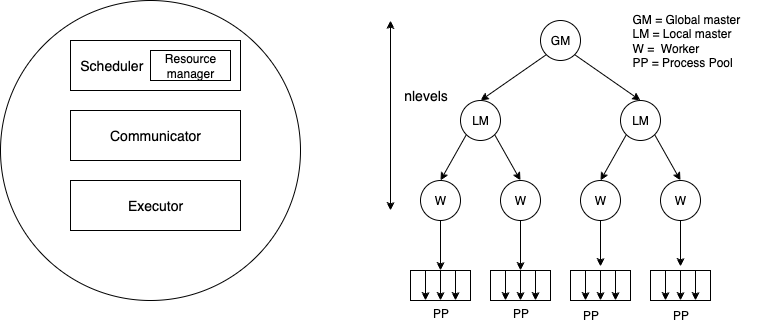
Before: assets/el.png, a diagram exported from draw.io (argonne-lcf/ensemble_launcher). Source tidied: cells renumbered, new cells last; positions are measured from the earlier drawing's top-left corner, leaving out a move shared by most shapes. The source it was exported from:
```xml
<mxGraphModel>
  <root>
    <mxCell id="0" />
    <mxCell id="1" parent="0" />
    <mxCell id="2" value="GM" style="ellipse;whiteSpace=wrap;html=1;" parent="1" vertex="1">
      <mxGeometry x="540" y="20" width="40" height="40" as="geometry" />
    </mxCell>
    <mxCell id="3" style="endArrow=classic;html=1;rounded=0;exitX=0;exitY=1;exitDx=0;exitDy=0;entryX=0.5;entryY=0;entryDx=0;entryDy=0;" parent="1" edge="1" source="2" target="5">
      <mxGeometry relative="1" as="geometry" />
    </mxCell>
    <mxCell id="4" style="endArrow=classic;html=1;rounded=0;exitX=1;exitY=1;exitDx=0;exitDy=0;entryX=0.5;entryY=0;entryDx=0;entryDy=0;" parent="1" edge="1" source="2" target="8">
      <mxGeometry relative="1" as="geometry" />
    </mxCell>
    <mxCell id="5" value="LM" style="ellipse;whiteSpace=wrap;html=1;" parent="1" vertex="1">
      <mxGeometry x="460" y="100" width="40" height="40" as="geometry" />
    </mxCell>
    <mxCell id="6" style="endArrow=classic;html=1;rounded=0;exitX=0;exitY=1;exitDx=0;exitDy=0;" parent="1" edge="1" source="5">
      <mxGeometry relative="1" as="geometry">
        <mxPoint x="440" y="180" as="targetPoint" />
      </mxGeometry>
    </mxCell>
    <mxCell id="7" style="endArrow=classic;html=1;rounded=0;exitX=1;exitY=1;exitDx=0;exitDy=0;" parent="1" edge="1" source="5">
      <mxGeometry relative="1" as="geometry">
        <mxPoint x="520" y="180" as="targetPoint" />
      </mxGeometry>
    </mxCell>
    <mxCell id="8" value="LM" style="ellipse;whiteSpace=wrap;html=1;" parent="1" vertex="1">
      <mxGeometry x="620" y="100" width="40" height="40" as="geometry" />
    </mxCell>
    <mxCell id="9" style="endArrow=classic;html=1;rounded=0;exitX=0;exitY=1;exitDx=0;exitDy=0;" parent="1" edge="1" source="8">
      <mxGeometry relative="1" as="geometry">
        <mxPoint x="600" y="180" as="targetPoint" />
      </mxGeometry>
    </mxCell>
    <mxCell id="10" style="endArrow=classic;html=1;rounded=0;exitX=1;exitY=1;exitDx=0;exitDy=0;" parent="1" edge="1" source="8">
      <mxGeometry relative="1" as="geometry">
        <mxPoint x="680" y="180" as="targetPoint" />
      </mxGeometry>
    </mxCell>
    <mxCell id="11" value="W" style="ellipse;whiteSpace=wrap;html=1;" parent="1" vertex="1">
      <mxGeometry x="420" y="180" width="40" height="40" as="geometry" />
    </mxCell>
    <mxCell id="12" style="endArrow=classic;html=1;rounded=0;exitX=0.5;exitY=1;exitDx=0;exitDy=0;" parent="1" edge="1" source="11">
      <mxGeometry relative="1" as="geometry">
        <mxPoint x="440" y="270" as="targetPoint" />
      </mxGeometry>
    </mxCell>
    <mxCell id="13" value="W" style="ellipse;whiteSpace=wrap;html=1;" parent="1" vertex="1">
      <mxGeometry x="500" y="180" width="40" height="40" as="geometry" />
    </mxCell>
    <mxCell id="14" style="endArrow=classic;html=1;rounded=0;exitX=1;exitY=1;exitDx=0;exitDy=0;" parent="1" edge="1">
      <mxGeometry relative="1" as="geometry">
        <mxPoint x="520" y="220" as="sourcePoint" />
        <mxPoint x="520" y="270" as="targetPoint" />
      </mxGeometry>
    </mxCell>
    <mxCell id="15" value="W" style="ellipse;whiteSpace=wrap;html=1;" parent="1" vertex="1">
      <mxGeometry x="580" y="180" width="40" height="40" as="geometry" />
    </mxCell>
    <mxCell id="16" style="endArrow=classic;html=1;rounded=0;exitX=1;exitY=1;exitDx=0;exitDy=0;" parent="1" edge="1">
      <mxGeometry relative="1" as="geometry">
        <mxPoint x="600" y="220" as="sourcePoint" />
        <mxPoint x="600" y="266" as="targetPoint" />
      </mxGeometry>
    </mxCell>
    <mxCell id="17" value="W" style="ellipse;whiteSpace=wrap;html=1;" parent="1" vertex="1">
      <mxGeometry x="660" y="180" width="40" height="40" as="geometry" />
    </mxCell>
    <mxCell id="18" style="endArrow=classic;html=1;rounded=0;exitX=1;exitY=1;exitDx=0;exitDy=0;" parent="1" edge="1">
      <mxGeometry relative="1" as="geometry">
        <mxPoint x="680" y="220" as="sourcePoint" />
        <mxPoint x="680" y="266" as="targetPoint" />
      </mxGeometry>
    </mxCell>
    <mxCell id="19" style="rounded=0;whiteSpace=wrap;html=1;" parent="1" vertex="1">
      <mxGeometry x="410" y="270" width="60" height="30" as="geometry" />
    </mxCell>
    <mxCell id="20" style="endArrow=classic;html=1;rounded=0;exitX=0.25;exitY=0;exitDx=0;exitDy=0;" parent="1" edge="1" source="19">
      <mxGeometry relative="1" as="geometry">
        <mxPoint x="425" y="300" as="targetPoint" />
      </mxGeometry>
    </mxCell>
    <mxCell id="21" style="endArrow=classic;html=1;rounded=0;entryX=0.5;entryY=1;entryDx=0;entryDy=0;exitX=0.5;exitY=0;exitDx=0;exitDy=0;" parent="1" edge="1" source="19" target="19">
      <mxGeometry relative="1" as="geometry" />
    </mxCell>
    <mxCell id="22" style="endArrow=classic;html=1;rounded=0;entryX=0.75;entryY=1;entryDx=0;entryDy=0;exitX=0.75;exitY=0;exitDx=0;exitDy=0;" parent="1" edge="1" source="19" target="19">
      <mxGeometry relative="1" as="geometry" />
    </mxCell>
    <mxCell id="23" style="rounded=0;whiteSpace=wrap;html=1;" parent="1" vertex="1">
      <mxGeometry x="490" y="270" width="60" height="30" as="geometry" />
    </mxCell>
    <mxCell id="24" style="endArrow=classic;html=1;rounded=0;exitX=0.25;exitY=0;exitDx=0;exitDy=0;" parent="1" edge="1" source="23">
      <mxGeometry relative="1" as="geometry">
        <mxPoint x="505" y="300" as="targetPoint" />
      </mxGeometry>
    </mxCell>
    <mxCell id="25" style="endArrow=classic;html=1;rounded=0;entryX=0.5;entryY=1;entryDx=0;entryDy=0;exitX=0.5;exitY=0;exitDx=0;exitDy=0;" parent="1" edge="1" source="23" target="23">
      <mxGeometry relative="1" as="geometry" />
    </mxCell>
    <mxCell id="26" style="endArrow=classic;html=1;rounded=0;entryX=0.75;entryY=1;entryDx=0;entryDy=0;exitX=0.75;exitY=0;exitDx=0;exitDy=0;" parent="1" edge="1" source="23" target="23">
      <mxGeometry relative="1" as="geometry" />
    </mxCell>
    <mxCell id="27" style="rounded=0;whiteSpace=wrap;html=1;" parent="1" vertex="1">
      <mxGeometry x="570" y="270" width="60" height="30" as="geometry" />
    </mxCell>
    <mxCell id="28" style="endArrow=classic;html=1;rounded=0;exitX=0.25;exitY=0;exitDx=0;exitDy=0;" parent="1" edge="1" source="27">
      <mxGeometry relative="1" as="geometry">
        <mxPoint x="585" y="300" as="targetPoint" />
      </mxGeometry>
    </mxCell>
    <mxCell id="29" style="endArrow=classic;html=1;rounded=0;entryX=0.5;entryY=1;entryDx=0;entryDy=0;exitX=0.5;exitY=0;exitDx=0;exitDy=0;" parent="1" edge="1" source="27" target="27">
      <mxGeometry relative="1" as="geometry" />
    </mxCell>
    <mxCell id="30" style="endArrow=classic;html=1;rounded=0;entryX=0.75;entryY=1;entryDx=0;entryDy=0;exitX=0.75;exitY=0;exitDx=0;exitDy=0;" parent="1" edge="1" source="27" target="27">
      <mxGeometry relative="1" as="geometry" />
    </mxCell>
    <mxCell id="31" style="rounded=0;whiteSpace=wrap;html=1;" parent="1" vertex="1">
      <mxGeometry x="650" y="270" width="60" height="30" as="geometry" />
    </mxCell>
    <mxCell id="32" style="endArrow=classic;html=1;rounded=0;exitX=0.25;exitY=0;exitDx=0;exitDy=0;" parent="1" edge="1" source="31">
      <mxGeometry relative="1" as="geometry">
        <mxPoint x="665" y="300" as="targetPoint" />
      </mxGeometry>
    </mxCell>
    <mxCell id="33" style="endArrow=classic;html=1;rounded=0;entryX=0.5;entryY=1;entryDx=0;entryDy=0;exitX=0.5;exitY=0;exitDx=0;exitDy=0;" parent="1" edge="1" source="31" target="31">
      <mxGeometry relative="1" as="geometry" />
    </mxCell>
    <mxCell id="34" style="endArrow=classic;html=1;rounded=0;entryX=0.75;entryY=1;entryDx=0;entryDy=0;exitX=0.75;exitY=0;exitDx=0;exitDy=0;" parent="1" edge="1" source="31" target="31">
      <mxGeometry relative="1" as="geometry" />
    </mxCell>
    <mxCell id="35" value="GM = Global master&lt;div&gt;LM = Local master&lt;/div&gt;&lt;div style=&quot;&quot;&gt;W =&amp;nbsp; Worker&lt;/div&gt;&lt;div style=&quot;&quot;&gt;PP = Process Pool&lt;/div&gt;" style="text;html=1;align=left;verticalAlign=middle;strokeColor=none;fillColor=none;" parent="1" vertex="1">
      <mxGeometry x="630" y="5" width="130" height="70" as="geometry" />
    </mxCell>
    <mxCell id="36" style="ellipse;whiteSpace=wrap;html=1;" parent="1" vertex="1">
      <mxGeometry width="300" height="300" as="geometry" />
    </mxCell>
    <mxCell id="37" value="&lt;font style=&quot;font-size: 14px;&quot;&gt;&amp;nbsp; Scheduler&lt;/font&gt;" style="rounded=0;whiteSpace=wrap;html=1;align=left;" parent="1" vertex="1">
      <mxGeometry x="70" y="40" width="170" height="50" as="geometry" />
    </mxCell>
    <mxCell id="38" value="&lt;font style=&quot;font-size: 14px;&quot;&gt;Communicator&lt;/font&gt;" style="rounded=0;whiteSpace=wrap;html=1;" parent="1" vertex="1">
      <mxGeometry x="70" y="110" width="170" height="50" as="geometry" />
    </mxCell>
    <mxCell id="39" value="&lt;span style=&quot;font-size: 14px;&quot;&gt;Executor&lt;/span&gt;" style="rounded=0;whiteSpace=wrap;html=1;" parent="1" vertex="1">
      <mxGeometry x="70" y="180" width="170" height="50" as="geometry" />
    </mxCell>
    <mxCell id="40" value="Resource manager" style="rounded=0;whiteSpace=wrap;html=1;" parent="1" vertex="1">
      <mxGeometry x="150" y="50" width="80" height="30" as="geometry" />
    </mxCell>
    <mxCell id="41" value="PP" style="text;html=1;align=center;verticalAlign=middle;strokeColor=none;fillColor=none;" parent="1" vertex="1">
      <mxGeometry x="420" y="298" width="40" height="30" as="geometry" />
    </mxCell>
    <mxCell id="42" style="endArrow=classic;startArrow=classic;html=1;rounded=0;" parent="1" edge="1">
      <mxGeometry relative="1" as="geometry">
        <mxPoint x="390" y="210" as="sourcePoint" />
        <mxPoint x="390" y="20" as="targetPoint" />
      </mxGeometry>
    </mxCell>
    <mxCell id="43" value="&lt;font style=&quot;font-size: 14px;&quot;&gt;nlevels&lt;/font&gt;" style="text;html=1;align=center;verticalAlign=middle;strokeColor=none;fillColor=none;rotation=0;" parent="1" vertex="1">
      <mxGeometry x="390" y="80" width="70" height="30" as="geometry" />
    </mxCell>
    <mxCell id="44" value="PP" style="text;html=1;align=center;verticalAlign=middle;strokeColor=none;fillColor=none;" parent="1" vertex="1">
      <mxGeometry x="500" y="298" width="40" height="30" as="geometry" />
    </mxCell>
    <mxCell id="45" value="PP" style="text;html=1;align=center;verticalAlign=middle;strokeColor=none;fillColor=none;" parent="1" vertex="1">
      <mxGeometry x="570" y="300" width="40" height="30" as="geometry" />
    </mxCell>
    <mxCell id="46" value="PP" style="text;html=1;align=center;verticalAlign=middle;strokeColor=none;fillColor=none;" parent="1" vertex="1">
      <mxGeometry x="660" y="300" width="40" height="30" as="geometry" />
    </mxCell>
  </root>
</mxGraphModel>
```
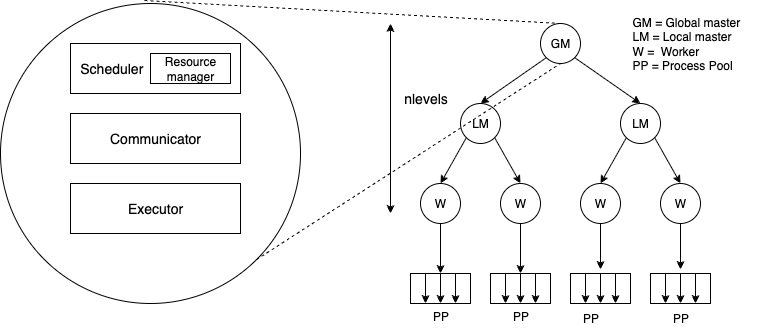
The same file after the commit.

What changed in the source:
```diff
@@ -167,5 +167,11 @@
     <mxCell id="46" value="PP" style="text;html=1;align=center;verticalAlign=middle;strokeColor=none;fillColor=none;" parent="1" vertex="1">
       <mxGeometry x="660" y="300" width="40" height="30" as="geometry" />
     </mxCell>
+    <mxCell id="47" style="endArrow=none;dashed=1;html=1;rounded=0;entryX=0.5;entryY=0;entryDx=0;entryDy=0;exitX=0.48;exitY=-0.01;exitDx=0;exitDy=0;exitPerimeter=0;" parent="1" edge="1" source="36" target="2">
+      <mxGeometry relative="1" as="geometry" />
+    </mxCell>
+    <mxCell id="48" style="endArrow=none;dashed=1;html=1;rounded=0;entryX=0.5;entryY=1;entryDx=0;entryDy=0;exitX=1;exitY=1;exitDx=0;exitDy=0;" parent="1" edge="1" source="36" target="2">
+      <mxGeometry relative="1" as="geometry" />
+    </mxCell>
   </root>
 </mxGraphModel>
```
